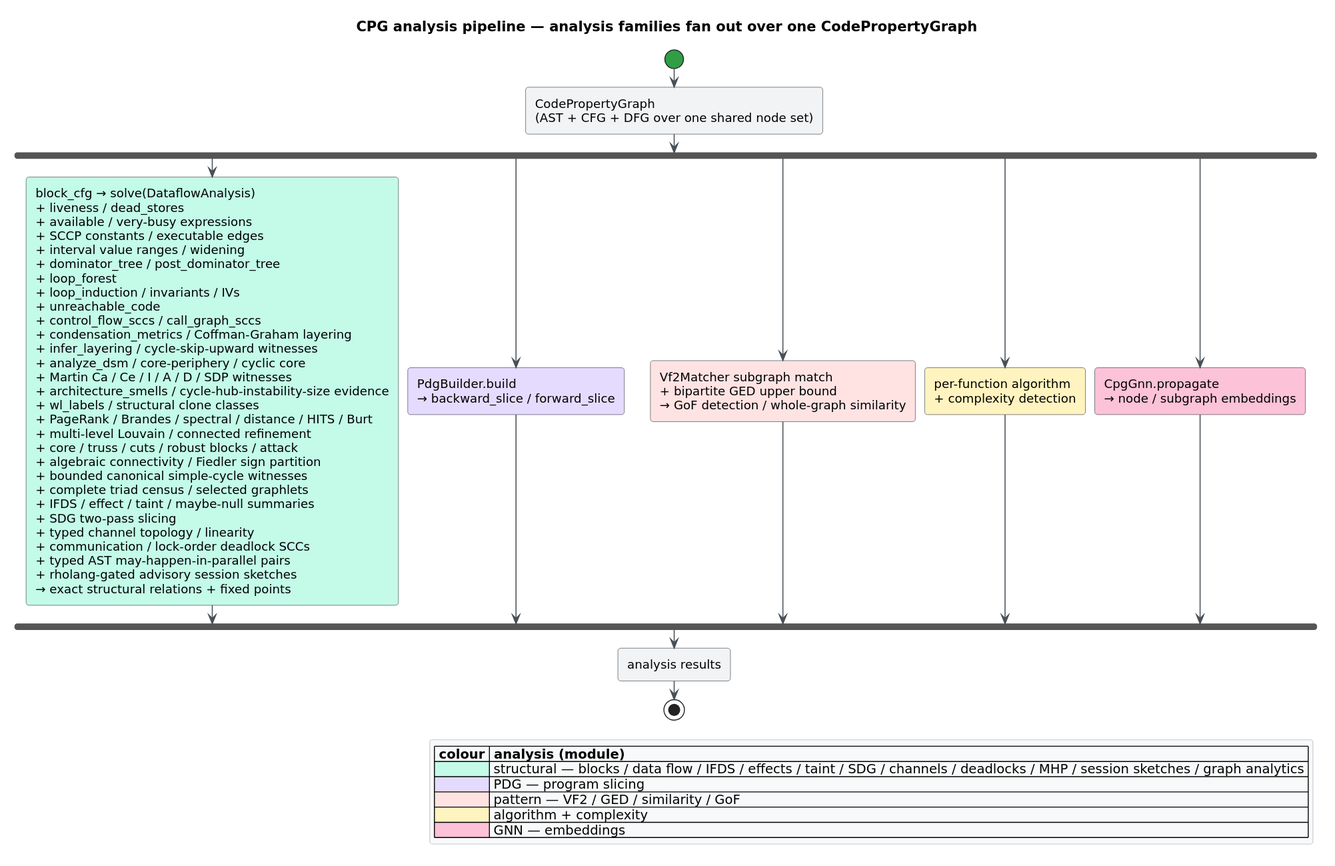
Before: docs/diagrams/analysis-pipeline.svg, a diagram exported from PlantUML (vinary-tree/libcpg). Its source is kept beside it as docs/diagrams/analysis-pipeline.puml.
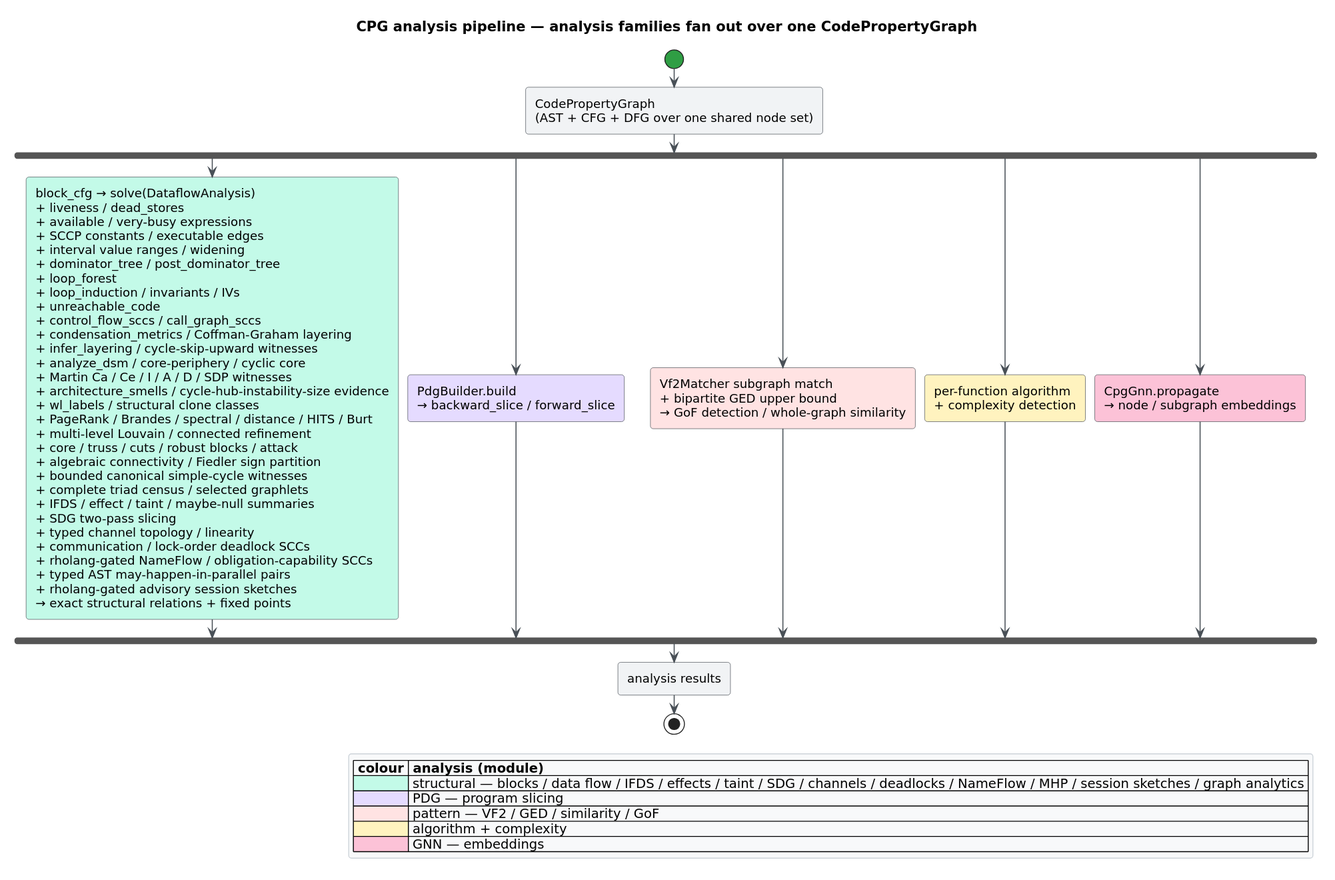
Later version of the same file.

Diff of the diagram source:
```diff
@@ -31,6 +31,7 @@
   + SDG two-pass slicing
   + typed channel topology / linearity
   + communication / lock-order deadlock SCCs
+  + rholang-gated NameFlow / obligation-capability SCCs
   + typed AST may-happen-in-parallel pairs
   + rholang-gated advisory session sketches
   → exact structural relations + fixed points;<<#C3FAE8>>
@@ -52,7 +53,7 @@
 stop
 legend right
   |= colour |= analysis (module) |
-  |<#C3FAE8>| structural — blocks / data flow / IFDS / effects / taint / SDG / channels / deadlocks / MHP / session sketches / graph analytics |
+  |<#C3FAE8>| structural — blocks / data flow / IFDS / effects / taint / SDG / channels / deadlocks / NameFlow / MHP / session sketches / graph analytics |
   |<#E5DBFF>| PDG — program slicing |
   |<#FFE3E3>| pattern — VF2 / GED / similarity / GoF |
   |<#FFF3BF>| algorithm + complexity |
```
